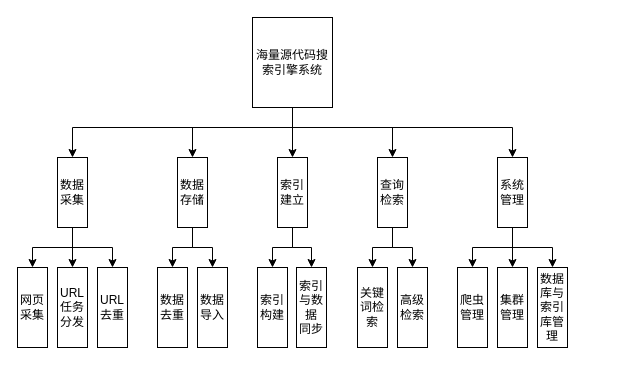
Above: setup/系统功能模块图.drawio in yifeichong/drawio (draw.io), before the change. Source tidied: cells renumbered, new cells numbered last; positions are measured from the earlier drawing's top-left corner, leaving out a move shared by most shapes. Both pictures are drawn from the tidied source at 100%, with x=0, y=0 at pixel (17, 17).
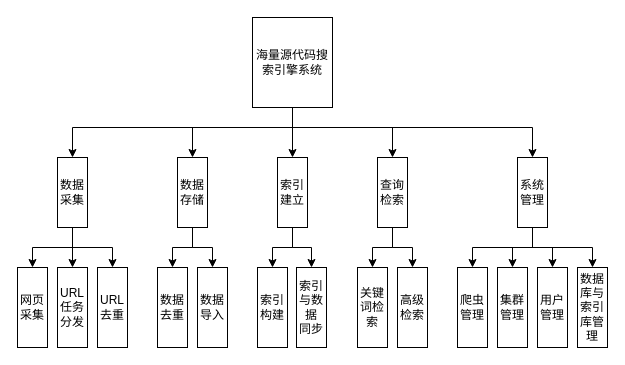
After the change.

Commit message:
更新系统功能模块图.drawio

Unchanged cells that the change refers to:
```xml
<mxCell id="3" value="海量源代码搜索引擎系统" style="rounded=0;whiteSpace=wrap;html=1;direction=east;" parent="1" vertex="1">
  <mxGeometry x="235" width="80" height="90" as="geometry" />
</mxCell>
<mxCell id="17" value="爬虫管理" style="rounded=0;whiteSpace=wrap;html=1;direction=south;" parent="1" vertex="1">
  <mxGeometry x="440" y="250" width="30" height="80" as="geometry" />
</mxCell>
<mxCell id="18" value="集群管理" style="rounded=0;whiteSpace=wrap;html=1;direction=south;" parent="1" vertex="1">
  <mxGeometry x="480" y="250" width="30" height="80" as="geometry" />
</mxCell>
```

What changed in the source:
```diff
@@
     <mxCell id="9" value="系统管理" style="rounded=0;whiteSpace=wrap;html=1;direction=south;" parent="1" vertex="1">
-      <mxGeometry x="480" y="140" width="30" height="70" as="geometry" />
+      <mxGeometry x="500" y="140" width="30" height="70" as="geometry" />
     </mxCell>
@@
-    <mxCell id="19" value="数据库与索引库管理" style="rounded=0;whiteSpace=wrap;html=1;direction=south;" parent="1" vertex="1">
+    <mxCell id="19" value="用户管理" style="rounded=0;whiteSpace=wrap;html=1;direction=south;" parent="1" vertex="1">
       <mxGeometry x="520" y="250" width="30" height="80" as="geometry" />
     </mxCell>
@@
     <mxCell id="30" style="endArrow=classic;html=1;rounded=0;exitX=1;exitY=0.5;exitDx=0;exitDy=0;entryX=0;entryY=0.5;entryDx=0;entryDy=0;" parent="1" edge="1" source="9" target="18">
-      <mxGeometry relative="1" as="geometry" />
+      <mxGeometry relative="1" as="geometry">
+        <Array as="points">
+          <mxPoint x="515" y="230" />
+          <mxPoint x="495" y="230" />
+        </Array>
+      </mxGeometry>
     </mxCell>
     <mxCell id="31" style="endArrow=classic;html=1;rounded=0;exitX=1;exitY=0.5;exitDx=0;exitDy=0;entryX=0;entryY=0.5;entryDx=0;entryDy=0;" parent="1" edge="1" source="9" target="17">
       <mxGeometry relative="1" as="geometry">
         <Array as="points">
-          <mxPoint x="495" y="230" />
+          <mxPoint x="515" y="230" />
           <mxPoint x="455" y="230" />
         </Array>
       </mxGeometry>
     </mxCell>
     <mxCell id="32" style="endArrow=classic;html=1;rounded=0;exitX=1;exitY=0.5;exitDx=0;exitDy=0;entryX=0;entryY=0.5;entryDx=0;entryDy=0;" parent="1" edge="1" source="9" target="19">
       <mxGeometry relative="1" as="geometry">
         <Array as="points">
-          <mxPoint x="495" y="230" />
+          <mxPoint x="515" y="230" />
           <mxPoint x="535" y="230" />
         </Array>
       </mxGeometry>
     </mxCell>
@@
     <mxCell id="36" style="endArrow=classic;html=1;rounded=0;exitX=0.5;exitY=1;exitDx=0;exitDy=0;entryX=0;entryY=0.5;entryDx=0;entryDy=0;" parent="1" edge="1" source="3" target="9">
       <mxGeometry relative="1" as="geometry">
         <Array as="points">
           <mxPoint x="275" y="110" />
-          <mxPoint x="495" y="110" />
+          <mxPoint x="515" y="110" />
         </Array>
       </mxGeometry>
     </mxCell>
+    <mxCell id="37" value="数据库与索引库管理" style="rounded=0;whiteSpace=wrap;html=1;direction=south;" parent="1" vertex="1">
+      <mxGeometry x="560" y="250" width="30" height="80" as="geometry" />
+    </mxCell>
+    <mxCell id="38" style="endArrow=classic;html=1;rounded=0;exitX=1;exitY=0.5;exitDx=0;exitDy=0;entryX=0;entryY=0.5;entryDx=0;entryDy=0;" parent="1" edge="1" source="9" target="37">
+      <mxGeometry relative="1" as="geometry">
+        <Array as="points">
+          <mxPoint x="515" y="230" />
+          <mxPoint x="575" y="230" />
+        </Array>
+      </mxGeometry>
+    </mxCell>
```
